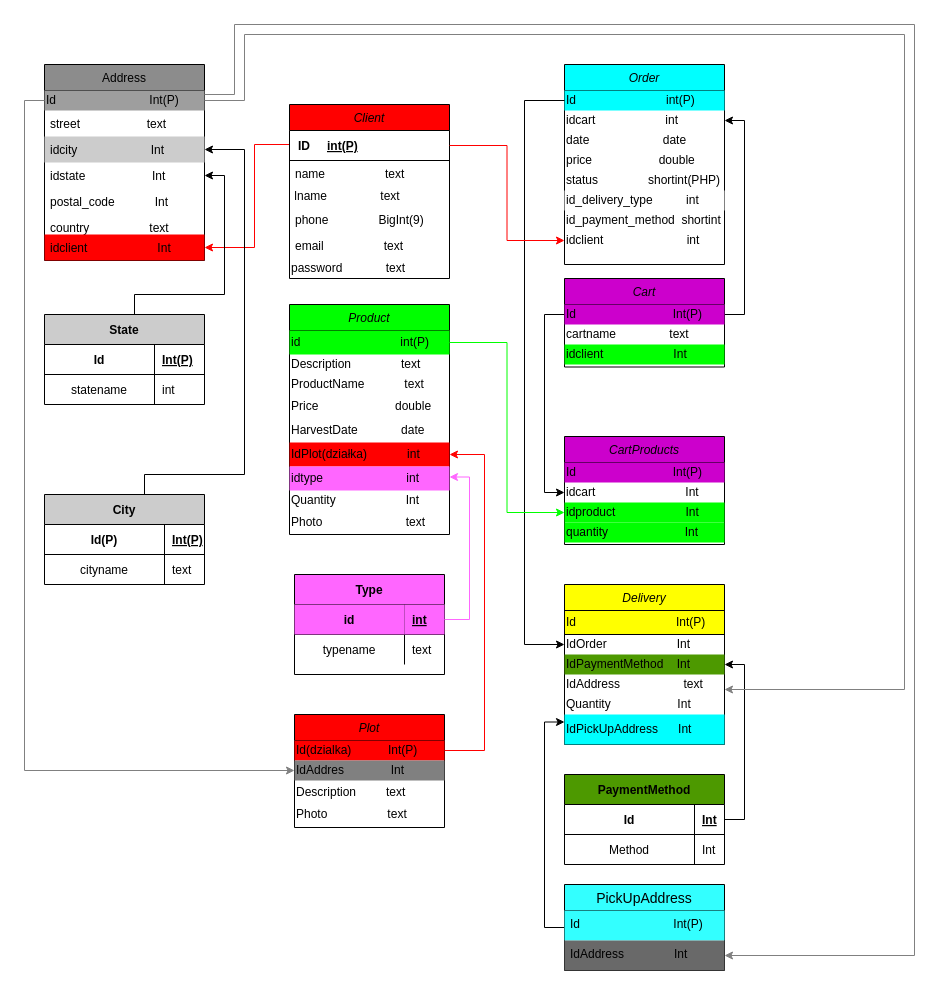
Earlier version of the draw.io diagram Brzoskwinie2.0.drawio (4RCZ1/Brzoskwinie). Source tidied: cells renumbered, new cells numbered last; positions are measured from the earlier drawing's top-left corner, leaving out a move shared by most shapes. Both pictures are drawn from the tidied source at 100%, with x=0, y=0 at pixel (44, 24).
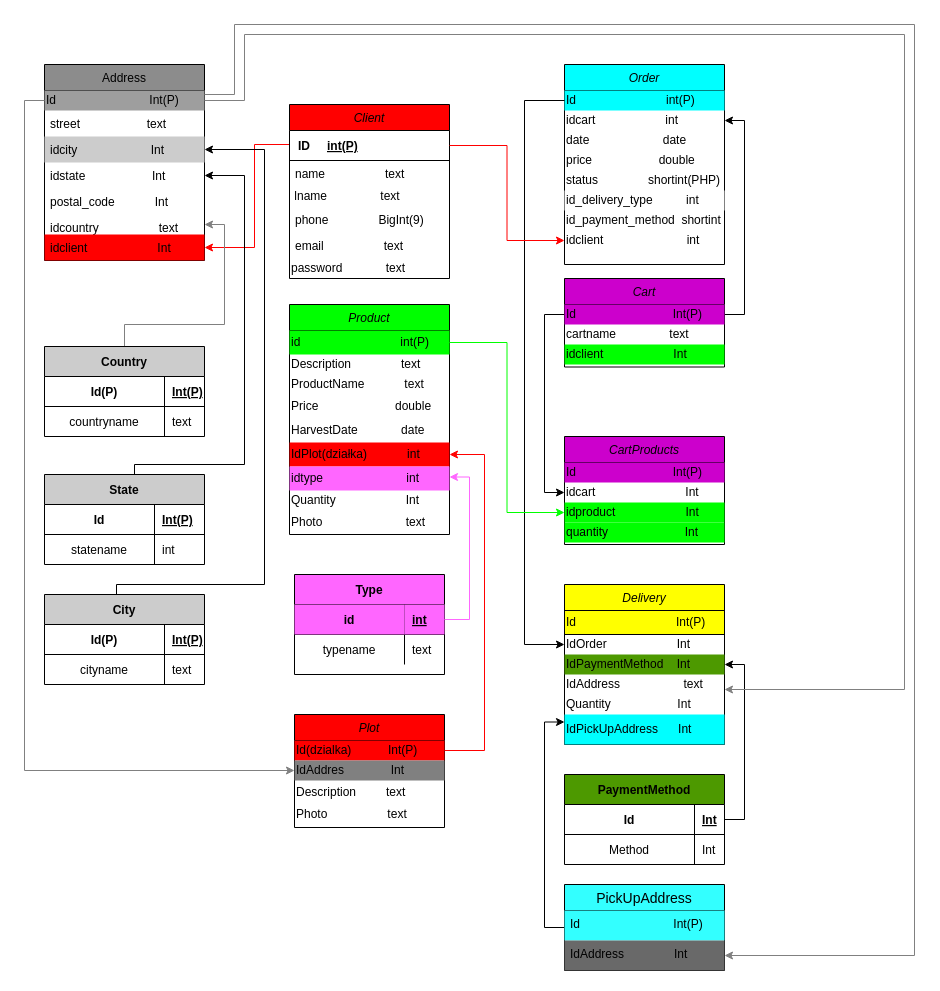
After the change.

The change refers to these unchanged cells:
```xml
<mxCell id="13" value="Address" style="swimlane;fontStyle=0;align=center;verticalAlign=top;horizontal=1;startSize=26;rounded=0;shadow=0;strokeWidth=1;fillColor=#8C8C8C;" parent="1" vertex="1">
  <mxGeometry y="40" width="160" height="196" as="geometry" />
</mxCell>
<mxCell id="16" value="idcity                      Int" style="text;align=left;verticalAlign=top;spacingLeft=4;spacingRight=4;overflow=hidden;points=[[0,0.5],[1,0.5]];portConstraint=eastwest;rounded=0;shadow=0;html=0;fillColor=#CCCCCC;" parent="13" vertex="1">
  <mxGeometry y="72" width="160" height="26" as="geometry" />
</mxCell>
<mxCell id="17" value="idstate                    Int" style="text;align=left;verticalAlign=top;spacingLeft=4;spacingRight=4;overflow=hidden;points=[[0,0.5],[1,0.5]];portConstraint=eastwest;rounded=0;shadow=0;html=0;" parent="13" vertex="1">
  <mxGeometry y="98" width="160" height="26" as="geometry" />
</mxCell>
```

The edit, as a diff of the source:
```diff
@@
-    <mxCell id="19" value="country                  text" style="text;align=left;verticalAlign=top;spacingLeft=4;spacingRight=4;overflow=hidden;points=[[0,0.5],[1,0.5]];portConstraint=eastwest;rounded=0;shadow=0;html=0;" parent="13" vertex="1">
+    <mxCell id="19" value="idcountry                  text" style="text;align=left;verticalAlign=top;spacingLeft=4;spacingRight=4;overflow=hidden;points=[[0,0.5],[1,0.5]];portConstraint=eastwest;rounded=0;shadow=0;html=0;" parent="13" vertex="1">
       <mxGeometry y="150" width="160" height="20" as="geometry" />
     </mxCell>
@@
     <mxCell id="21" style="edgeStyle=orthogonalEdgeStyle;rounded=0;jettySize=auto;html=1;entryX=1;entryY=0.5;entryDx=0;entryDy=0;exitX=0.45;exitY=0;exitDx=0;exitDy=0;exitPerimeter=0;" parent="1" edge="1" source="22" target="16">
       <mxGeometry relative="1" as="geometry">
         <Array as="points">
-          <mxPoint x="100" y="450" />
-          <mxPoint x="200" y="450" />
-          <mxPoint x="200" y="125" />
+          <mxPoint x="72" y="560" />
+          <mxPoint x="220" y="560" />
+          <mxPoint x="220" y="125" />
         </Array>
       </mxGeometry>
     </mxCell>
     <mxCell id="22" value="City" style="shape=table;startSize=30;childLayout=tableLayout;rowLines=0;fontStyle=1;align=center;fillColor=#CCCCCC;" parent="1" vertex="1">
-      <mxGeometry y="470" width="160" height="90" as="geometry" />
+      <mxGeometry y="570" width="160" height="90" as="geometry" />
     </mxCell>
@@
     <mxCell id="29" style="edgeStyle=orthogonalEdgeStyle;rounded=0;jettySize=auto;html=1;entryX=1;entryY=0.5;entryDx=0;entryDy=0;" parent="1" edge="1" source="30" target="17">
       <mxGeometry relative="1" as="geometry">
         <Array as="points">
-          <mxPoint x="90" y="270" />
-          <mxPoint x="180" y="270" />
-          <mxPoint x="180" y="151" />
+          <mxPoint x="90" y="440" />
+          <mxPoint x="200" y="440" />
+          <mxPoint x="200" y="151" />
         </Array>
       </mxGeometry>
     </mxCell>
     <mxCell id="30" value="State" style="shape=table;startSize=30;childLayout=tableLayout;rowLines=0;fontStyle=1;align=center;fillColor=#CCCCCC;" parent="1" vertex="1">
-      <mxGeometry y="290" width="160" height="90" as="geometry" />
+      <mxGeometry y="450" width="160" height="90" as="geometry" />
     </mxCell>
@@
+    <mxCell id="106" style="edgeStyle=orthogonalEdgeStyle;rounded=0;jettySize=auto;html=1;entryX=1;entryY=0.5;entryDx=0;entryDy=0;strokeColor=#808080;fillColor=#FFFF00;" parent="1" edge="1" source="107" target="19">
+      <mxGeometry relative="1" as="geometry">
+        <Array as="points">
+          <mxPoint x="80" y="300" />
+          <mxPoint x="180" y="300" />
+          <mxPoint x="180" y="200" />
+        </Array>
+      </mxGeometry>
+    </mxCell>
+    <mxCell id="107" value="Country" style="shape=table;startSize=30;childLayout=tableLayout;rowLines=0;fontStyle=1;align=center;fillColor=#CCCCCC;" parent="1" vertex="1">
+      <mxGeometry y="322" width="160" height="90" as="geometry" />
+    </mxCell>
+    <mxCell id="108" style="shape=partialRectangle;fillColor=none;top=0;left=0;bottom=1;right=0;" parent="107" vertex="1">
+      <mxGeometry y="30" width="160" height="30" as="geometry" />
+    </mxCell>
+    <mxCell id="109" value="Id(P)" style="shape=partialRectangle;fillColor=none;top=0;left=0;bottom=0;right=0;fontStyle=1;overflow=hidden;" parent="108" vertex="1">
+      <mxGeometry width="120" height="30" as="geometry" />
+    </mxCell>
+    <mxCell id="110" value="Int(P)" style="shape=partialRectangle;fillColor=none;top=0;left=0;bottom=0;right=0;align=left;spacingLeft=6;fontStyle=5;overflow=hidden;" parent="108" vertex="1">
+      <mxGeometry x="120" width="40" height="30" as="geometry" />
+    </mxCell>
+    <mxCell id="111" style="shape=partialRectangle;fillColor=none;top=0;left=0;bottom=0;right=0;" parent="107" vertex="1">
+      <mxGeometry y="60" width="160" height="30" as="geometry" />
+    </mxCell>
+    <mxCell id="112" value="countryname" style="shape=partialRectangle;fillColor=none;top=0;left=0;bottom=0;right=0;overflow=hidden;" parent="111" vertex="1">
+      <mxGeometry width="120" height="30" as="geometry" />
+    </mxCell>
+    <mxCell id="113" value="text" style="shape=partialRectangle;fillColor=none;top=0;left=0;bottom=0;right=0;align=left;spacingLeft=6;overflow=hidden;" parent="111" vertex="1">
+      <mxGeometry x="120" width="40" height="30" as="geometry" />
+    </mxCell>
```
